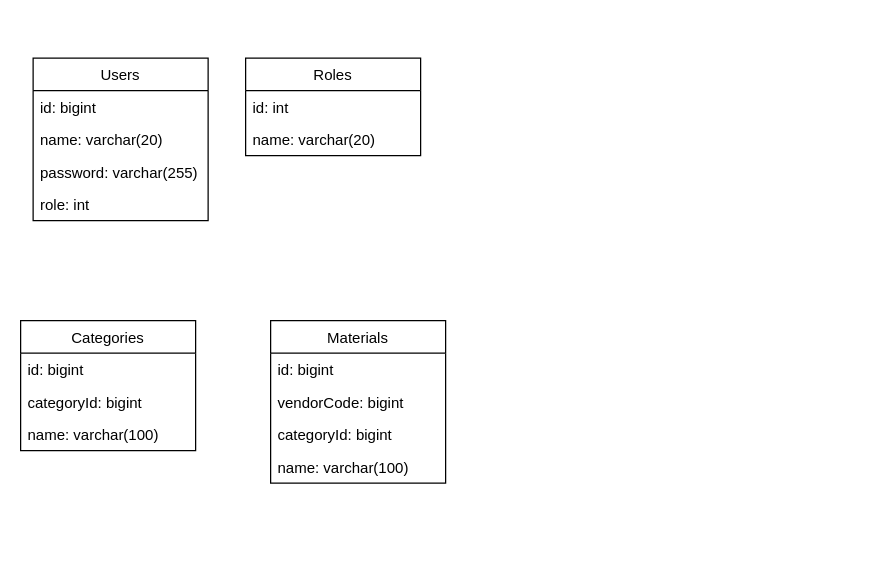
Before: back/db/HSQLDBSchema.drawio in Atljh0987/courseShop, a draw.io diagram. Source tidied: cells renumbered, new cells numbered last; positions are measured from the earlier drawing's top-left corner, leaving out a move shared by most shapes. Both pictures are drawn from the tidied source at 125%, with x=0, y=0 at pixel (20, 58).
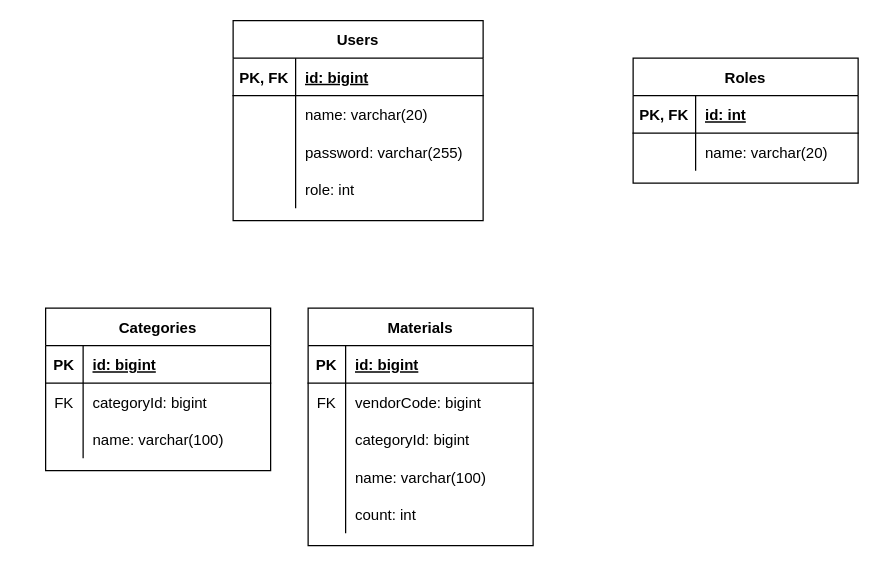
The same page after the edit.

What changed in the source:
```diff
@@
+    <mxCell id="6" value="Materials" style="shape=table;startSize=30;childLayout=tableLayout;rowLines=0;fontStyle=1;align=center;" parent="1" vertex="1">
+      <mxGeometry x="230" y="200" width="180" height="190" as="geometry" />
+    </mxCell>
+    <mxCell id="19" style="shape=tableRow;horizontal=0;startSize=0;swimlaneHead=0;swimlaneBody=0;fillColor=none;top=0;left=0;right=0;bottom=1;" parent="6" vertex="1">
+      <mxGeometry y="30" width="180" height="30" as="geometry" />
+    </mxCell>
+    <mxCell id="20" value="PK" style="shape=partialRectangle;fillColor=none;top=0;left=0;bottom=0;right=0;fontStyle=1;overflow=hidden;" parent="19" vertex="1">
+      <mxGeometry width="30" height="30" as="geometry" />
+    </mxCell>
+    <mxCell id="21" value="id: bigint" style="shape=partialRectangle;fillColor=none;top=0;left=0;bottom=0;right=0;align=left;spacingLeft=6;fontStyle=5;overflow=hidden;" parent="19" vertex="1">
+      <mxGeometry x="30" width="150" height="30" as="geometry" />
+    </mxCell>
+    <mxCell id="22" style="shape=tableRow;horizontal=0;startSize=0;swimlaneHead=0;swimlaneBody=0;fillColor=none;top=0;left=0;right=0;bottom=0;" parent="6" vertex="1">
+      <mxGeometry y="60" width="180" height="30" as="geometry" />
+    </mxCell>
+    <mxCell id="23" value="FK" style="shape=partialRectangle;fillColor=none;top=0;left=0;bottom=0;right=0;overflow=hidden;" parent="22" vertex="1">
+      <mxGeometry width="30" height="30" as="geometry" />
+    </mxCell>
+    <mxCell id="8" value="vendorCode: bigint" style="shape=partialRectangle;fillColor=none;top=0;left=0;bottom=0;right=0;align=left;spacingLeft=6;overflow=hidden;" parent="22" vertex="1">
+      <mxGeometry x="30" width="150" height="30" as="geometry" />
+    </mxCell>
+    <mxCell id="24" style="shape=tableRow;horizontal=0;startSize=0;swimlaneHead=0;swimlaneBody=0;fillColor=none;top=0;left=0;right=0;bottom=0;" parent="6" vertex="1">
+      <mxGeometry y="90" width="180" height="30" as="geometry" />
+    </mxCell>
+    <mxCell id="25" style="shape=partialRectangle;fillColor=none;top=0;left=0;bottom=0;right=0;overflow=hidden;" parent="24" vertex="1">
+      <mxGeometry width="30" height="30" as="geometry" />
+    </mxCell>
+    <mxCell id="26" value="categoryId: bigint" style="shape=partialRectangle;fillColor=none;top=0;left=0;bottom=0;right=0;align=left;spacingLeft=6;overflow=hidden;" parent="24" vertex="1">
+      <mxGeometry x="30" width="150" height="30" as="geometry" />
+    </mxCell>
+    <mxCell id="27" style="shape=tableRow;horizontal=0;startSize=0;swimlaneHead=0;swimlaneBody=0;fillColor=none;top=0;left=0;right=0;bottom=0;" parent="6" vertex="1">
+      <mxGeometry y="120" width="180" height="30" as="geometry" />
+    </mxCell>
+    <mxCell id="28" style="shape=partialRectangle;fillColor=none;top=0;left=0;bottom=0;right=0;overflow=hidden;" parent="27" vertex="1">
+      <mxGeometry width="30" height="30" as="geometry" />
+    </mxCell>
+    <mxCell id="29" value="name: varchar(100)" style="shape=partialRectangle;fillColor=none;top=0;left=0;bottom=0;right=0;align=left;spacingLeft=6;overflow=hidden;" parent="27" vertex="1">
+      <mxGeometry x="30" width="150" height="30" as="geometry" />
+    </mxCell>
+    <mxCell id="30" style="shape=tableRow;horizontal=0;startSize=0;swimlaneHead=0;swimlaneBody=0;fillColor=none;top=0;left=0;right=0;bottom=0;" parent="6" vertex="1">
+      <mxGeometry y="150" width="180" height="30" as="geometry" />
+    </mxCell>
+    <mxCell id="31" style="shape=partialRectangle;fillColor=none;top=0;left=0;bottom=0;right=0;overflow=hidden;" parent="30" vertex="1">
+      <mxGeometry width="30" height="30" as="geometry" />
+    </mxCell>
+    <mxCell id="32" value="count: int" style="shape=partialRectangle;fillColor=none;top=0;left=0;bottom=0;right=0;align=left;spacingLeft=6;overflow=hidden;" parent="30" vertex="1">
+      <mxGeometry x="30" width="150" height="30" as="geometry" />
+    </mxCell>
-    <mxCell id="2" value="Categories" style="swimlane;fontStyle=0;horizontal=1;startSize=26;fillColor=none;" parent="1" vertex="1">
-      <mxGeometry y="210" width="140" height="104" as="geometry" />
+    <mxCell id="2" value="Categories" style="shape=table;startSize=30;childLayout=tableLayout;rowLines=0;fontStyle=1;align=center;" parent="1" vertex="1">
+      <mxGeometry x="20" y="200" width="180" height="130" as="geometry" />
     </mxCell>
-    <mxCell id="3" value="id: bigint" style="text;strokeColor=none;fillColor=none;align=left;verticalAlign=top;spacingLeft=4;spacingRight=4;overflow=hidden;" parent="2" vertex="1">
-      <mxGeometry y="26" width="140" height="26" as="geometry" />
-    </mxCell>
-    <mxCell id="4" value="categoryId: bigint" style="text;strokeColor=none;fillColor=none;align=left;verticalAlign=top;spacingLeft=4;spacingRight=4;overflow=hidden;" parent="2" vertex="1">
-      <mxGeometry y="52" width="140" height="26" as="geometry" />
-    </mxCell>
-    <mxCell id="5" value="name: varchar(100)" style="text;strokeColor=none;fillColor=none;align=left;verticalAlign=top;spacingLeft=4;spacingRight=4;overflow=hidden;" parent="2" vertex="1">
-      <mxGeometry y="78" width="140" height="26" as="geometry" />
-    </mxCell>
-    <mxCell id="6" value="Materials" style="swimlane;fontStyle=0;horizontal=1;startSize=26;fillColor=none;" parent="1" vertex="1">
-      <mxGeometry x="200" y="210" width="140" height="130" as="geometry" />
-    </mxCell>
-    <mxCell id="7" value="id: bigint" style="text;strokeColor=none;fillColor=none;align=left;verticalAlign=top;spacingLeft=4;spacingRight=4;overflow=hidden;" parent="6" vertex="1">
-      <mxGeometry y="26" width="140" height="26" as="geometry" />
-    </mxCell>
-    <mxCell id="8" value="vendorCode: bigint" style="text;strokeColor=none;fillColor=none;align=left;verticalAlign=top;spacingLeft=4;spacingRight=4;overflow=hidden;" parent="6" vertex="1">
-      <mxGeometry y="52" width="140" height="26" as="geometry" />
-    </mxCell>
-    <mxCell id="9" value="categoryId: bigint" style="text;strokeColor=none;fillColor=none;align=left;verticalAlign=top;spacingLeft=4;spacingRight=4;overflow=hidden;" parent="6" vertex="1">
-      <mxGeometry y="78" width="140" height="26" as="geometry" />
-    </mxCell>
-    <mxCell id="10" value="name: varchar(100)" style="text;strokeColor=none;fillColor=none;align=left;verticalAlign=top;spacingLeft=4;spacingRight=4;overflow=hidden;" parent="6" vertex="1">
-      <mxGeometry y="104" width="140" height="26" as="geometry" />
-    </mxCell>
+    <mxCell id="33" style="shape=tableRow;horizontal=0;startSize=0;swimlaneHead=0;swimlaneBody=0;fillColor=none;top=0;left=0;right=0;bottom=1;" parent="2" vertex="1">
+      <mxGeometry y="30" width="180" height="30" as="geometry" />
+    </mxCell>
+    <mxCell id="34" value="PK" style="shape=partialRectangle;fillColor=none;top=0;left=0;bottom=0;right=0;fontStyle=1;overflow=hidden;" parent="33" vertex="1">
+      <mxGeometry width="30" height="30" as="geometry" />
+    </mxCell>
+    <mxCell id="35" value="id: bigint" style="shape=partialRectangle;fillColor=none;top=0;left=0;bottom=0;right=0;align=left;spacingLeft=6;fontStyle=5;overflow=hidden;" parent="33" vertex="1">
+      <mxGeometry x="30" width="150" height="30" as="geometry" />
+    </mxCell>
+    <mxCell id="36" style="shape=tableRow;horizontal=0;startSize=0;swimlaneHead=0;swimlaneBody=0;fillColor=none;top=0;left=0;right=0;bottom=0;" parent="2" vertex="1">
+      <mxGeometry y="60" width="180" height="30" as="geometry" />
+    </mxCell>
+    <mxCell id="37" value="FK" style="shape=partialRectangle;fillColor=none;top=0;left=0;bottom=0;right=0;overflow=hidden;" parent="36" vertex="1">
+      <mxGeometry width="30" height="30" as="geometry" />
+    </mxCell>
+    <mxCell id="38" value="categoryId: bigint" style="shape=partialRectangle;fillColor=none;top=0;left=0;bottom=0;right=0;align=left;spacingLeft=6;overflow=hidden;" parent="36" vertex="1">
+      <mxGeometry x="30" width="150" height="30" as="geometry" />
+    </mxCell>
+    <mxCell id="39" style="shape=tableRow;horizontal=0;startSize=0;swimlaneHead=0;swimlaneBody=0;fillColor=none;top=0;left=0;right=0;bottom=0;" parent="2" vertex="1">
+      <mxGeometry y="90" width="180" height="30" as="geometry" />
+    </mxCell>
+    <mxCell id="40" style="shape=partialRectangle;fillColor=none;top=0;left=0;bottom=0;right=0;overflow=hidden;" parent="39" vertex="1">
+      <mxGeometry width="30" height="30" as="geometry" />
+    </mxCell>
+    <mxCell id="41" value="name: varchar(100)" style="shape=partialRectangle;fillColor=none;top=0;left=0;bottom=0;right=0;align=left;spacingLeft=6;overflow=hidden;" parent="39" vertex="1">
+      <mxGeometry x="30" width="150" height="30" as="geometry" />
+    </mxCell>
+    <mxCell id="16" value="Roles" style="shape=table;startSize=30;childLayout=tableLayout;rowLines=0;fontStyle=1;align=center;" parent="1" vertex="1">
+      <mxGeometry x="490" width="180" height="100" as="geometry" />
+    </mxCell>
+    <mxCell id="42" style="shape=tableRow;horizontal=0;startSize=0;swimlaneHead=0;swimlaneBody=0;fillColor=none;top=0;left=0;right=0;bottom=1;" parent="16" vertex="1">
+      <mxGeometry y="30" width="180" height="30" as="geometry" />
+    </mxCell>
+    <mxCell id="43" value="PK, FK" style="shape=partialRectangle;fillColor=none;top=0;left=0;bottom=0;right=0;fontStyle=1;overflow=hidden;" parent="42" vertex="1">
+      <mxGeometry width="50" height="30" as="geometry" />
+    </mxCell>
+    <mxCell id="17" value="id: int" style="shape=partialRectangle;fillColor=none;top=0;left=0;bottom=0;right=0;align=left;spacingLeft=6;fontStyle=5;overflow=hidden;" parent="42" vertex="1">
+      <mxGeometry x="50" width="130" height="30" as="geometry" />
+    </mxCell>
+    <mxCell id="44" style="shape=tableRow;horizontal=0;startSize=0;swimlaneHead=0;swimlaneBody=0;fillColor=none;top=0;left=0;right=0;bottom=0;" parent="16" vertex="1">
+      <mxGeometry y="60" width="180" height="30" as="geometry" />
+    </mxCell>
+    <mxCell id="45" style="shape=partialRectangle;fillColor=none;top=0;left=0;bottom=0;right=0;overflow=hidden;" parent="44" vertex="1">
+      <mxGeometry width="50" height="30" as="geometry" />
+    </mxCell>
+    <mxCell id="46" value="name: varchar(20)" style="shape=partialRectangle;fillColor=none;top=0;left=0;bottom=0;right=0;align=left;spacingLeft=6;overflow=hidden;" parent="44" vertex="1">
+      <mxGeometry x="50" width="130" height="30" as="geometry" />
+    </mxCell>
-    <mxCell id="11" value="Users" style="swimlane;fontStyle=0;horizontal=1;startSize=26;fillColor=none;" parent="1" vertex="1">
-      <mxGeometry x="10" width="140" height="130" as="geometry" />
+    <mxCell id="11" value="Users" style="shape=table;startSize=30;childLayout=tableLayout;rowLines=0;fontStyle=1;align=center;" parent="1" vertex="1">
+      <mxGeometry x="170" y="-30" width="200" height="160" as="geometry" />
     </mxCell>
-    <mxCell id="12" value="id: bigint" style="text;strokeColor=none;fillColor=none;align=left;verticalAlign=top;spacingLeft=4;spacingRight=4;overflow=hidden;" parent="11" vertex="1">
-      <mxGeometry y="26" width="140" height="26" as="geometry" />
-    </mxCell>
-    <mxCell id="13" value="name: varchar(20)" style="text;strokeColor=none;fillColor=none;align=left;verticalAlign=top;spacingLeft=4;spacingRight=4;overflow=hidden;" parent="11" vertex="1">
-      <mxGeometry y="52" width="140" height="26" as="geometry" />
-    </mxCell>
+    <mxCell id="47" style="shape=tableRow;horizontal=0;startSize=0;swimlaneHead=0;swimlaneBody=0;fillColor=none;top=0;left=0;right=0;bottom=1;" parent="11" vertex="1">
+      <mxGeometry y="30" width="200" height="30" as="geometry" />
+    </mxCell>
+    <mxCell id="48" value="PK, FK" style="shape=partialRectangle;fillColor=none;top=0;left=0;bottom=0;right=0;fontStyle=1;overflow=hidden;" parent="47" vertex="1">
+      <mxGeometry width="50" height="30" as="geometry" />
+    </mxCell>
+    <mxCell id="49" value="id: bigint" style="shape=partialRectangle;fillColor=none;top=0;left=0;bottom=0;right=0;align=left;spacingLeft=6;fontStyle=5;overflow=hidden;" parent="47" vertex="1">
+      <mxGeometry x="50" width="150" height="30" as="geometry" />
+    </mxCell>
+    <mxCell id="50" style="shape=tableRow;horizontal=0;startSize=0;swimlaneHead=0;swimlaneBody=0;fillColor=none;top=0;left=0;right=0;bottom=0;" parent="11" vertex="1">
+      <mxGeometry y="60" width="200" height="30" as="geometry" />
+    </mxCell>
+    <mxCell id="51" style="shape=partialRectangle;fillColor=none;top=0;left=0;bottom=0;right=0;overflow=hidden;" parent="50" vertex="1">
+      <mxGeometry width="50" height="30" as="geometry" />
+    </mxCell>
+    <mxCell id="52" value="name: varchar(20)" style="shape=partialRectangle;fillColor=none;top=0;left=0;bottom=0;right=0;align=left;spacingLeft=6;overflow=hidden;" parent="50" vertex="1">
+      <mxGeometry x="50" width="150" height="30" as="geometry" />
+    </mxCell>
+    <mxCell id="53" style="shape=tableRow;horizontal=0;startSize=0;swimlaneHead=0;swimlaneBody=0;fillColor=none;top=0;left=0;right=0;bottom=0;" parent="11" vertex="1">
+      <mxGeometry y="90" width="200" height="30" as="geometry" />
+    </mxCell>
+    <mxCell id="54" style="shape=partialRectangle;fillColor=none;top=0;left=0;bottom=0;right=0;overflow=hidden;" parent="53" vertex="1">
+      <mxGeometry width="50" height="30" as="geometry" />
+    </mxCell>
-    <mxCell id="14" value="password: varchar(255)" style="text;strokeColor=none;fillColor=none;align=left;verticalAlign=top;spacingLeft=4;spacingRight=4;overflow=hidden;" parent="11" vertex="1">
-      <mxGeometry y="78" width="140" height="26" as="geometry" />
+    <mxCell id="14" value="password: varchar(255)" style="shape=partialRectangle;fillColor=none;top=0;left=0;bottom=0;right=0;align=left;spacingLeft=6;overflow=hidden;" parent="53" vertex="1">
+      <mxGeometry x="50" width="150" height="30" as="geometry" />
     </mxCell>
+    <mxCell id="55" style="shape=tableRow;horizontal=0;startSize=0;swimlaneHead=0;swimlaneBody=0;fillColor=none;top=0;left=0;right=0;bottom=0;" parent="11" vertex="1">
+      <mxGeometry y="120" width="200" height="30" as="geometry" />
+    </mxCell>
+    <mxCell id="56" style="shape=partialRectangle;fillColor=none;top=0;left=0;bottom=0;right=0;overflow=hidden;" parent="55" vertex="1">
+      <mxGeometry width="50" height="30" as="geometry" />
+    </mxCell>
-    <mxCell id="15" value="role: int" style="text;strokeColor=none;fillColor=none;align=left;verticalAlign=top;spacingLeft=4;spacingRight=4;overflow=hidden;" parent="11" vertex="1">
-      <mxGeometry y="104" width="140" height="26" as="geometry" />
+    <mxCell id="15" value="role: int" style="shape=partialRectangle;fillColor=none;top=0;left=0;bottom=0;right=0;align=left;spacingLeft=6;overflow=hidden;" parent="55" vertex="1">
+      <mxGeometry x="50" width="150" height="30" as="geometry" />
     </mxCell>
-    <mxCell id="16" value="Roles" style="swimlane;fontStyle=0;horizontal=1;startSize=26;fillColor=none;" parent="1" vertex="1">
-      <mxGeometry x="180" width="140" height="78" as="geometry" />
-    </mxCell>
-    <mxCell id="17" value="id: int" style="text;strokeColor=none;fillColor=none;align=left;verticalAlign=top;spacingLeft=4;spacingRight=4;overflow=hidden;" parent="16" vertex="1">
-      <mxGeometry y="26" width="140" height="26" as="geometry" />
-    </mxCell>
-    <mxCell id="18" value="name: varchar(20)" style="text;strokeColor=none;fillColor=none;align=left;verticalAlign=top;spacingLeft=4;spacingRight=4;overflow=hidden;" parent="16" vertex="1">
-      <mxGeometry y="52" width="140" height="26" as="geometry" />
-    </mxCell>
```
